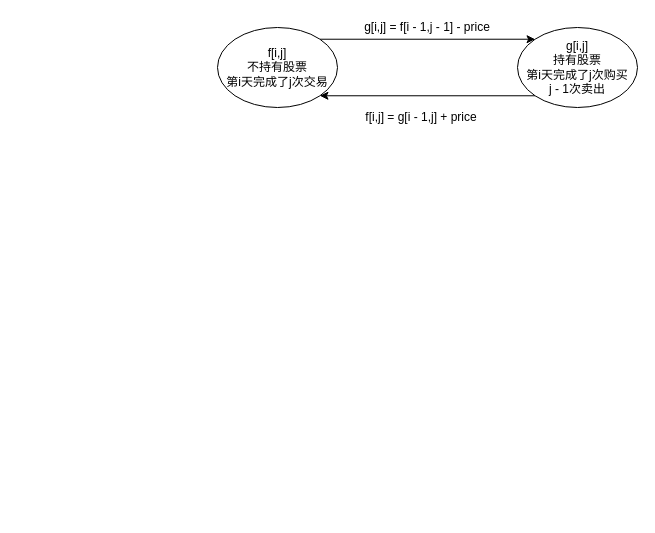
Above: 算法.drawio in 1155200424/diagrams (draw.io), before the change. Source tidied: cells renumbered, new cells numbered last; positions are measured from the earlier drawing's top-left corner, leaving out a move shared by most shapes. Both pictures are drawn from the tidied source at 100%, with x=0, y=0 at pixel (217, 17).
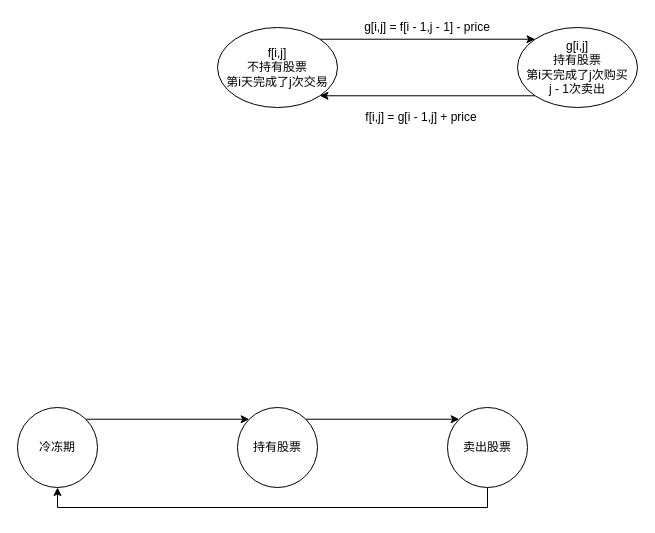
The same page after the edit.

What changed in the source:
```diff
@@
 <mxGraphModel>
   <root>
     <mxCell id="0" />
     <mxCell id="1" parent="0" />
     <mxCell id="2" style="edgeStyle=orthogonalEdgeStyle;rounded=0;jettySize=auto;html=1;exitX=1;exitY=0;exitDx=0;exitDy=0;entryX=0;entryY=0;entryDx=0;entryDy=0;" parent="1" edge="1" source="3" target="5">
       <mxGeometry relative="1" as="geometry" />
     </mxCell>
     <mxCell id="3" value="f[i,j]&lt;div&gt;不持有股票&lt;/div&gt;&lt;div&gt;第i天完成了j次交易&lt;/div&gt;" style="ellipse;whiteSpace=wrap;html=1;" parent="1" vertex="1">
       <mxGeometry y="10" width="120" height="80" as="geometry" />
     </mxCell>
     <mxCell id="4" style="edgeStyle=orthogonalEdgeStyle;rounded=0;jettySize=auto;html=1;exitX=0;exitY=1;exitDx=0;exitDy=0;entryX=1;entryY=1;entryDx=0;entryDy=0;" parent="1" edge="1" source="5" target="3">
       <mxGeometry relative="1" as="geometry" />
     </mxCell>
     <mxCell id="5" value="g[i,j]&lt;div&gt;持有股票&lt;/div&gt;&lt;div&gt;第i天完成了j次购买&lt;/div&gt;&lt;div&gt;j - 1次卖出&lt;/div&gt;" style="ellipse;whiteSpace=wrap;html=1;" parent="1" vertex="1">
       <mxGeometry x="300" y="10" width="120" height="80" as="geometry" />
     </mxCell>
     <mxCell id="6" value="g[i,j] = f[i - 1,j - 1] - price" style="text;html=1;align=center;verticalAlign=middle;whiteSpace=wrap;rounded=0;" parent="1" vertex="1">
       <mxGeometry x="140" width="140" height="20" as="geometry" />
     </mxCell>
     <mxCell id="7" value="f[i,j] = g[i - 1,j] + price" style="text;html=1;align=center;verticalAlign=middle;whiteSpace=wrap;rounded=0;" parent="1" vertex="1">
       <mxGeometry x="134" y="90" width="140" height="20" as="geometry" />
     </mxCell>
+    <mxCell id="8" style="edgeStyle=orthogonalEdgeStyle;rounded=0;jettySize=auto;html=1;exitX=1;exitY=0;exitDx=0;exitDy=0;entryX=0;entryY=0;entryDx=0;entryDy=0;" parent="1" edge="1" source="9" target="11">
+      <mxGeometry relative="1" as="geometry" />
+    </mxCell>
+    <mxCell id="9" value="持有股票" style="ellipse;whiteSpace=wrap;html=1;" parent="1" vertex="1">
+      <mxGeometry x="20" y="390" width="80" height="80" as="geometry" />
+    </mxCell>
+    <mxCell id="10" style="edgeStyle=orthogonalEdgeStyle;rounded=0;jettySize=auto;html=1;exitX=0.5;exitY=1;exitDx=0;exitDy=0;entryX=0.5;entryY=1;entryDx=0;entryDy=0;" parent="1" edge="1" source="11" target="13">
+      <mxGeometry relative="1" as="geometry" />
+    </mxCell>
+    <mxCell id="11" value="卖出股票" style="ellipse;whiteSpace=wrap;html=1;" parent="1" vertex="1">
+      <mxGeometry x="230" y="390" width="80" height="80" as="geometry" />
+    </mxCell>
+    <mxCell id="12" style="edgeStyle=orthogonalEdgeStyle;rounded=0;jettySize=auto;html=1;exitX=1;exitY=0;exitDx=0;exitDy=0;entryX=0;entryY=0;entryDx=0;entryDy=0;" parent="1" edge="1" source="13" target="9">
+      <mxGeometry relative="1" as="geometry" />
+    </mxCell>
+    <mxCell id="13" value="冷冻期" style="ellipse;whiteSpace=wrap;html=1;" parent="1" vertex="1">
+      <mxGeometry x="-200" y="390" width="80" height="80" as="geometry" />
+    </mxCell>
   </root>
 </mxGraphModel>
```
